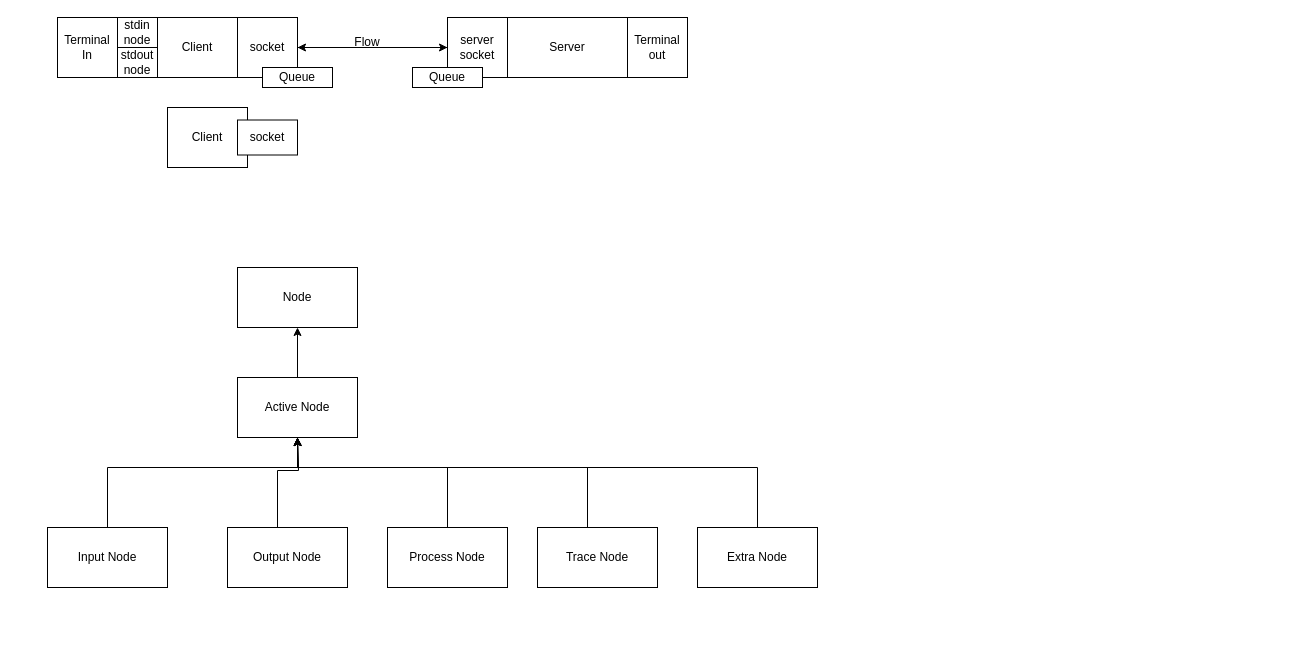
Above: XFlow.drawio in codethestudent/XFlow-Team-Project (draw.io), before the change. Source tidied: cells renumbered, new cells numbered last; positions are measured from the earlier drawing's top-left corner, leaving out a move shared by most shapes. Both pictures are drawn from the tidied source at 100%, with x=0, y=0 at pixel (47, 17).
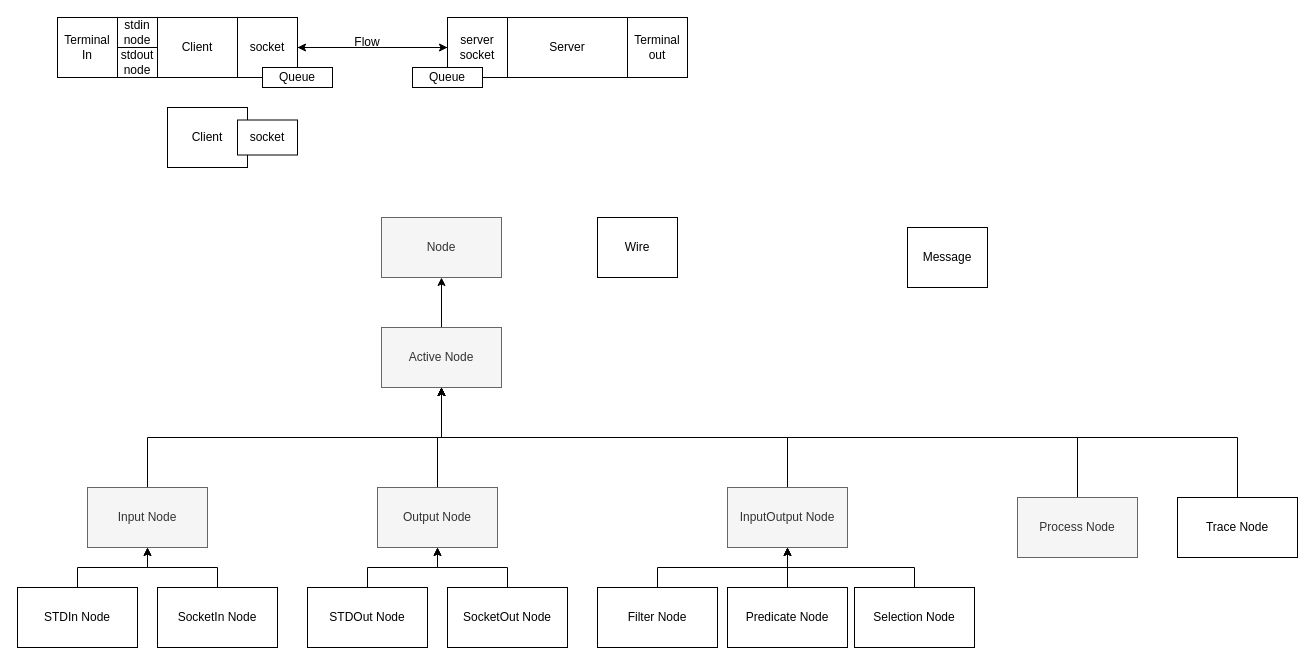
Above is the later version.

Commit message:
기본구조 추가

Change to the diagram source:
```diff
@@
-    <mxCell id="3" value="Node" style="rounded=0;whiteSpace=wrap;html=1;" parent="1" vertex="1">
-      <mxGeometry x="190" y="250" width="120" height="60" as="geometry" />
+    <mxCell id="3" value="Node" style="rounded=0;whiteSpace=wrap;html=1;fillColor=#f5f5f5;fontColor=#333333;strokeColor=#666666;" parent="1" vertex="1">
+      <mxGeometry x="334" y="200" width="120" height="60" as="geometry" />
     </mxCell>
@@
-    <mxCell id="5" value="Active Node" style="rounded=0;whiteSpace=wrap;html=1;" parent="1" vertex="1">
-      <mxGeometry x="190" y="360" width="120" height="60" as="geometry" />
+    <mxCell id="5" value="Active Node" style="rounded=0;whiteSpace=wrap;html=1;fillColor=#f5f5f5;fontColor=#333333;strokeColor=#666666;" parent="1" vertex="1">
+      <mxGeometry x="334" y="310" width="120" height="60" as="geometry" />
     </mxCell>
     <mxCell id="6" style="edgeStyle=orthogonalEdgeStyle;rounded=0;jettySize=auto;html=1;exitX=0.5;exitY=0;exitDx=0;exitDy=0;entryX=0.5;entryY=1;entryDx=0;entryDy=0;" parent="1" edge="1" source="7" target="5">
-      <mxGeometry relative="1" as="geometry">
-        <Array as="points">
-          <mxPoint x="60" y="450" />
-          <mxPoint x="250" y="450" />
-        </Array>
-      </mxGeometry>
+      <mxGeometry relative="1" as="geometry" />
     </mxCell>
-    <mxCell id="7" value="Input Node" style="rounded=0;whiteSpace=wrap;html=1;" parent="1" vertex="1">
-      <mxGeometry y="510" width="120" height="60" as="geometry" />
+    <mxCell id="7" value="Input Node" style="rounded=0;whiteSpace=wrap;html=1;fillColor=#f5f5f5;fontColor=#333333;strokeColor=#666666;" parent="1" vertex="1">
+      <mxGeometry x="40" y="470" width="120" height="60" as="geometry" />
     </mxCell>
-    <mxCell id="8" style="edgeStyle=orthogonalEdgeStyle;rounded=0;jettySize=auto;html=1;" parent="1" edge="1" source="9">
-      <mxGeometry relative="1" as="geometry">
-        <mxPoint x="250" y="420" as="targetPoint" />
-        <Array as="points">
-          <mxPoint x="230" y="453" />
-          <mxPoint x="251" y="453" />
-        </Array>
-      </mxGeometry>
-    </mxCell>
+    <mxCell id="30" style="edgeStyle=orthogonalEdgeStyle;rounded=0;jettySize=auto;html=1;exitX=0.5;exitY=0;exitDx=0;exitDy=0;" parent="1" edge="1" source="9" target="5">
+      <mxGeometry relative="1" as="geometry" />
+    </mxCell>
-    <mxCell id="9" value="Output Node" style="rounded=0;whiteSpace=wrap;html=1;" parent="1" vertex="1">
-      <mxGeometry x="180" y="510" width="120" height="60" as="geometry" />
+    <mxCell id="9" value="Output Node" style="rounded=0;whiteSpace=wrap;html=1;fillColor=#f5f5f5;fontColor=#333333;strokeColor=#666666;" parent="1" vertex="1">
+      <mxGeometry x="330" y="470" width="120" height="60" as="geometry" />
     </mxCell>
-    <mxCell id="10" style="edgeStyle=orthogonalEdgeStyle;rounded=0;jettySize=auto;html=1;" parent="1" edge="1" source="11">
-      <mxGeometry relative="1" as="geometry">
-        <mxPoint x="250" y="420" as="targetPoint" />
-        <Array as="points">
-          <mxPoint x="400" y="450" />
-          <mxPoint x="251" y="450" />
-        </Array>
-      </mxGeometry>
-    </mxCell>
+    <mxCell id="31" style="edgeStyle=orthogonalEdgeStyle;rounded=0;jettySize=auto;html=1;exitX=0.5;exitY=0;exitDx=0;exitDy=0;" parent="1" edge="1" source="11" target="5">
+      <mxGeometry relative="1" as="geometry">
+        <Array as="points">
+          <mxPoint x="1030" y="420" />
+          <mxPoint x="394" y="420" />
+        </Array>
+      </mxGeometry>
+    </mxCell>
-    <mxCell id="11" value="Process Node" style="rounded=0;whiteSpace=wrap;html=1;" parent="1" vertex="1">
-      <mxGeometry x="340" y="510" width="120" height="60" as="geometry" />
+    <mxCell id="11" value="Process Node" style="rounded=0;whiteSpace=wrap;html=1;fillColor=#f5f5f5;fontColor=#333333;strokeColor=#666666;" parent="1" vertex="1">
+      <mxGeometry x="970" y="480" width="120" height="60" as="geometry" />
     </mxCell>
-    <mxCell id="12" style="edgeStyle=orthogonalEdgeStyle;rounded=0;jettySize=auto;html=1;entryX=0.5;entryY=1;entryDx=0;entryDy=0;" parent="1" edge="1" source="13" target="5">
+    <mxCell id="12" style="edgeStyle=orthogonalEdgeStyle;rounded=0;jettySize=auto;html=1;exitX=0.5;exitY=0;exitDx=0;exitDy=0;" parent="1" edge="1" source="13" target="5">
       <mxGeometry relative="1" as="geometry">
         <Array as="points">
-          <mxPoint x="540" y="450" />
-          <mxPoint x="250" y="450" />
+          <mxPoint x="1190" y="420" />
+          <mxPoint x="394" y="420" />
         </Array>
       </mxGeometry>
     </mxCell>
     <mxCell id="13" value="Trace Node" style="rounded=0;whiteSpace=wrap;html=1;" parent="1" vertex="1">
-      <mxGeometry x="490" y="510" width="120" height="60" as="geometry" />
+      <mxGeometry x="1130" y="480" width="120" height="60" as="geometry" />
     </mxCell>
-    <mxCell id="14" style="edgeStyle=orthogonalEdgeStyle;rounded=0;jettySize=auto;html=1;entryX=0.5;entryY=1;entryDx=0;entryDy=0;" parent="1" edge="1" source="15" target="5">
-      <mxGeometry relative="1" as="geometry">
-        <Array as="points">
-          <mxPoint x="710" y="450" />
-          <mxPoint x="250" y="450" />
-        </Array>
-      </mxGeometry>
-    </mxCell>
-    <mxCell id="15" value="Extra Node" style="rounded=0;whiteSpace=wrap;html=1;" parent="1" vertex="1">
-      <mxGeometry x="650" y="510" width="120" height="60" as="geometry" />
-    </mxCell>
@@
+    <mxCell id="32" style="edgeStyle=orthogonalEdgeStyle;rounded=0;jettySize=auto;html=1;exitX=0.5;exitY=0;exitDx=0;exitDy=0;" parent="1" edge="1" source="33" target="5">
+      <mxGeometry relative="1" as="geometry" />
+    </mxCell>
+    <mxCell id="33" value="InputOutput Node" style="rounded=0;whiteSpace=wrap;html=1;fillColor=#f5f5f5;fontColor=#333333;strokeColor=#666666;" parent="1" vertex="1">
+      <mxGeometry x="680" y="470" width="120" height="60" as="geometry" />
+    </mxCell>
+    <mxCell id="34" style="edgeStyle=orthogonalEdgeStyle;rounded=0;jettySize=auto;html=1;exitX=0.5;exitY=0;exitDx=0;exitDy=0;" parent="1" edge="1" source="35" target="7">
+      <mxGeometry relative="1" as="geometry" />
+    </mxCell>
+    <mxCell id="35" value="STDIn Node" style="rounded=0;whiteSpace=wrap;html=1;" parent="1" vertex="1">
+      <mxGeometry x="-30" y="570" width="120" height="60" as="geometry" />
+    </mxCell>
+    <mxCell id="36" value="Message" style="rounded=0;whiteSpace=wrap;html=1;" parent="1" vertex="1">
+      <mxGeometry x="860" y="210" width="80" height="60" as="geometry" />
+    </mxCell>
+    <mxCell id="37" value="Wire" style="rounded=0;whiteSpace=wrap;html=1;" parent="1" vertex="1">
+      <mxGeometry x="550" y="200" width="80" height="60" as="geometry" />
+    </mxCell>
+    <mxCell id="38" style="edgeStyle=orthogonalEdgeStyle;rounded=0;jettySize=auto;html=1;exitX=0.5;exitY=0;exitDx=0;exitDy=0;" parent="1" edge="1" source="39" target="9">
+      <mxGeometry relative="1" as="geometry" />
+    </mxCell>
+    <mxCell id="39" value="STDOut Node" style="rounded=0;whiteSpace=wrap;html=1;" parent="1" vertex="1">
+      <mxGeometry x="260" y="570" width="120" height="60" as="geometry" />
+    </mxCell>
+    <mxCell id="40" style="edgeStyle=orthogonalEdgeStyle;rounded=0;jettySize=auto;html=1;exitX=0.5;exitY=0;exitDx=0;exitDy=0;" parent="1" edge="1" source="41" target="7">
+      <mxGeometry relative="1" as="geometry" />
+    </mxCell>
+    <mxCell id="41" value="SocketIn Node" style="rounded=0;whiteSpace=wrap;html=1;" parent="1" vertex="1">
+      <mxGeometry x="110" y="570" width="120" height="60" as="geometry" />
+    </mxCell>
+    <mxCell id="42" style="edgeStyle=orthogonalEdgeStyle;rounded=0;jettySize=auto;html=1;exitX=0.5;exitY=0;exitDx=0;exitDy=0;" parent="1" edge="1" source="43" target="9">
+      <mxGeometry relative="1" as="geometry" />
+    </mxCell>
+    <mxCell id="43" value="SocketOut Node" style="rounded=0;whiteSpace=wrap;html=1;" parent="1" vertex="1">
+      <mxGeometry x="400" y="570" width="120" height="60" as="geometry" />
+    </mxCell>
+    <mxCell id="44" style="edgeStyle=orthogonalEdgeStyle;rounded=0;jettySize=auto;html=1;exitX=0.5;exitY=0;exitDx=0;exitDy=0;entryX=0.5;entryY=1;entryDx=0;entryDy=0;" parent="1" edge="1" source="45" target="33">
+      <mxGeometry relative="1" as="geometry" />
+    </mxCell>
+    <mxCell id="45" value="Filter Node" style="rounded=0;whiteSpace=wrap;html=1;" parent="1" vertex="1">
+      <mxGeometry x="550" y="570" width="120" height="60" as="geometry" />
+    </mxCell>
+    <mxCell id="46" style="edgeStyle=orthogonalEdgeStyle;rounded=0;jettySize=auto;html=1;exitX=0.5;exitY=0;exitDx=0;exitDy=0;" parent="1" edge="1" source="47" target="33">
+      <mxGeometry relative="1" as="geometry" />
+    </mxCell>
+    <mxCell id="47" value="Predicate Node" style="rounded=0;whiteSpace=wrap;html=1;" parent="1" vertex="1">
+      <mxGeometry x="680" y="570" width="120" height="60" as="geometry" />
+    </mxCell>
+    <mxCell id="48" style="edgeStyle=orthogonalEdgeStyle;rounded=0;jettySize=auto;html=1;exitX=0.5;exitY=0;exitDx=0;exitDy=0;" parent="1" edge="1" source="49" target="33">
+      <mxGeometry relative="1" as="geometry" />
+    </mxCell>
+    <mxCell id="49" value="Selection Node" style="rounded=0;whiteSpace=wrap;html=1;" parent="1" vertex="1">
+      <mxGeometry x="807" y="570" width="120" height="60" as="geometry" />
+    </mxCell>
```
